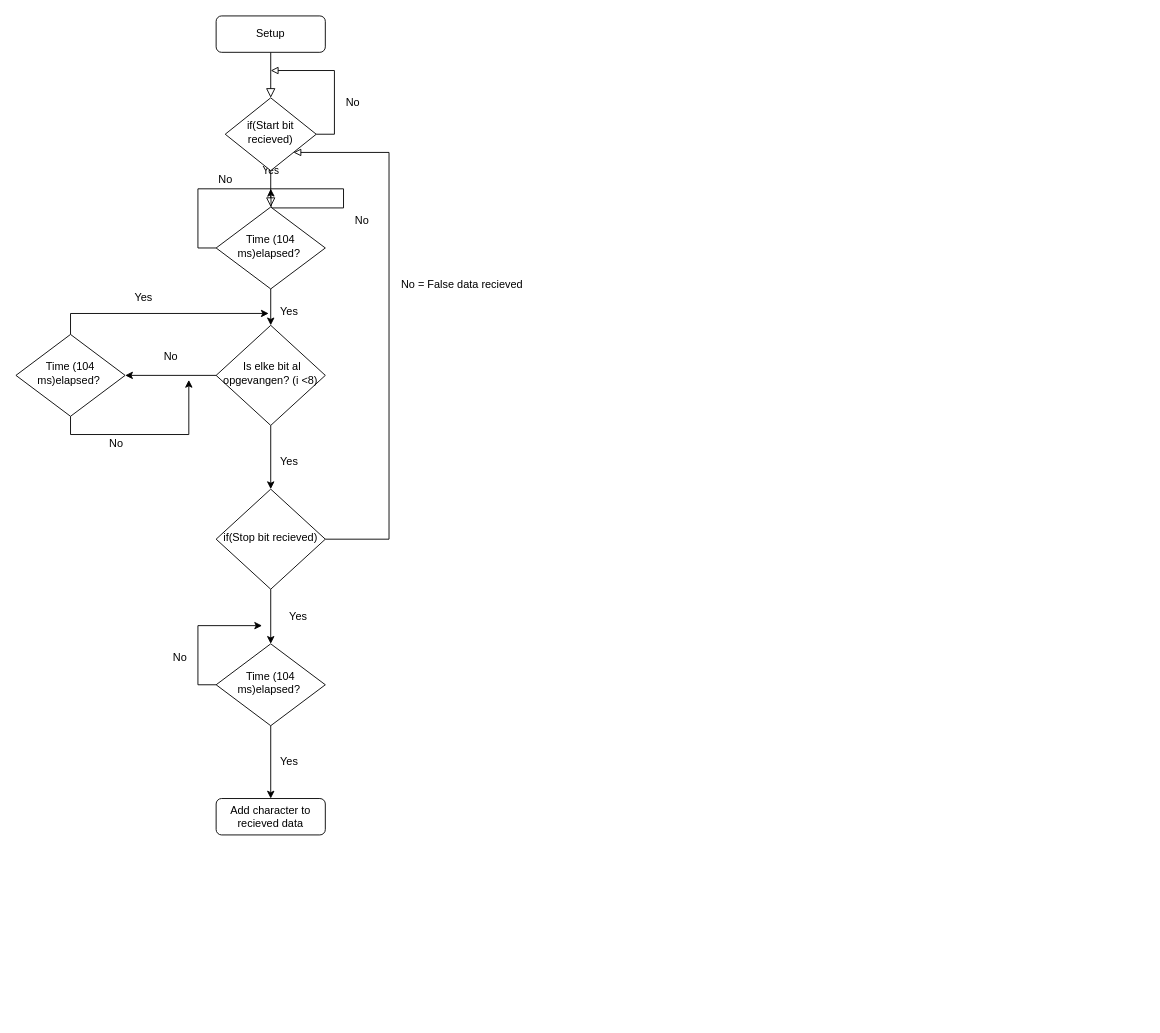
Before: Communicatie/Software Uart challenge/Flowchart soft uart reciev.drawio in TiemonS/Tiemon-Steeghs-Semester-3-Repository, a draw.io diagram. Source tidied: cells renumbered, new cells numbered last; positions are measured from the earlier drawing's top-left corner, leaving out a move shared by most shapes. Both pictures are drawn from the tidied source at 91%, with x=0, y=0 at pixel (15, 15).
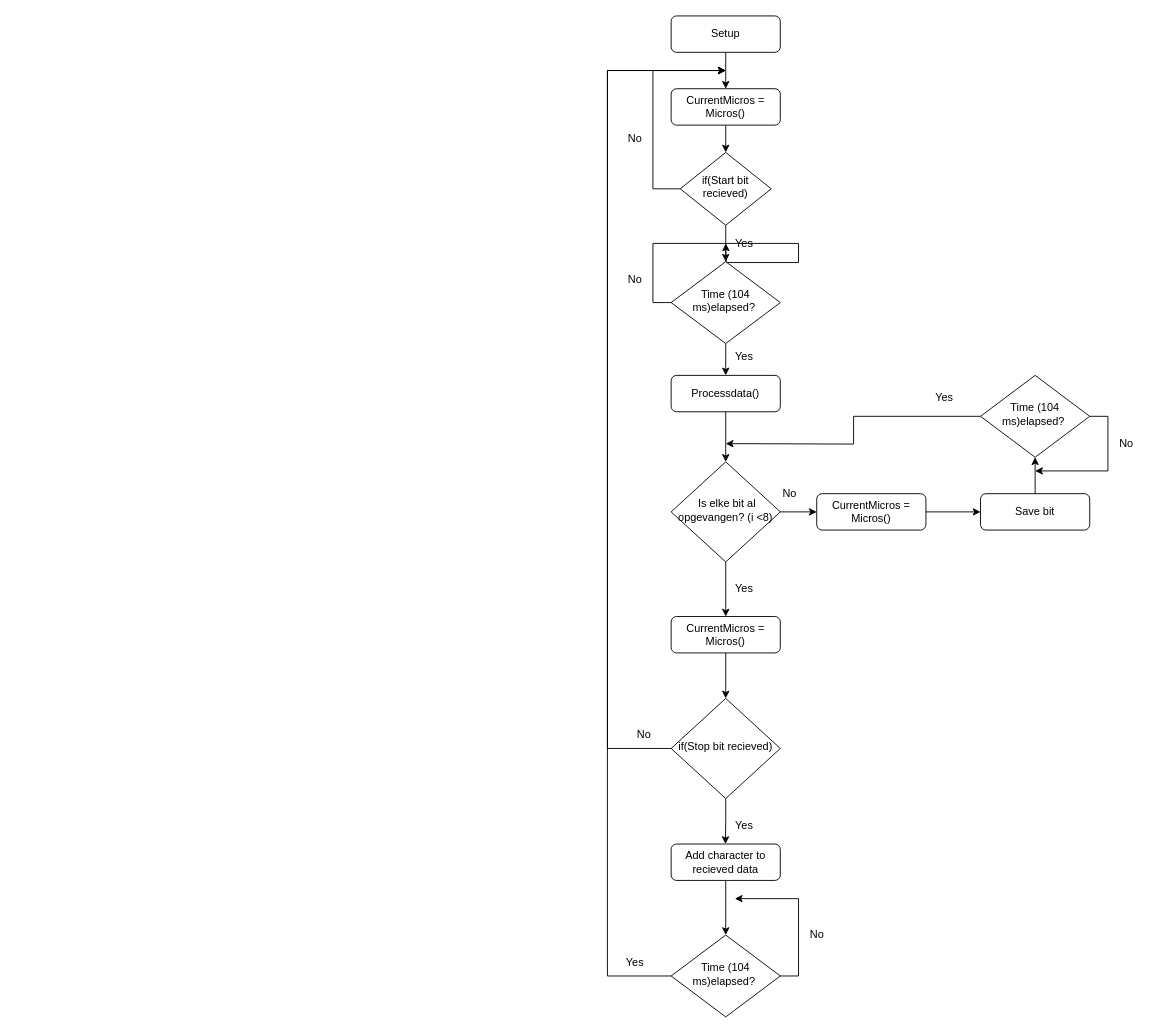
The same page after the edit.

Diff of the diagram source:
```diff
@@
-    <mxCell id="2" style="rounded=0;html=1;jettySize=auto;fontSize=11;endArrow=block;endFill=0;endSize=8;strokeWidth=1;shadow=0;labelBackgroundColor=none;edgeStyle=orthogonalEdgeStyle;" parent="1" edge="1" source="3" target="6">
-      <mxGeometry relative="1" as="geometry" />
-    </mxCell>
+    <mxCell id="35" style="edgeStyle=orthogonalEdgeStyle;rounded=0;jettySize=auto;html=1;exitX=0.5;exitY=1;exitDx=0;exitDy=0;entryX=0.5;entryY=0;entryDx=0;entryDy=0;" parent="1" edge="1" source="3" target="39">
+      <mxGeometry relative="1" as="geometry" />
+    </mxCell>
     <mxCell id="3" value="Setup" style="rounded=1;whiteSpace=wrap;html=1;fontSize=12;glass=0;strokeWidth=1;shadow=0;" parent="1" vertex="1">
-      <mxGeometry x="220" width="120" height="40" as="geometry" />
+      <mxGeometry x="720" width="120" height="40" as="geometry" />
     </mxCell>
-    <mxCell id="4" value="Yes" style="rounded=0;html=1;jettySize=auto;fontSize=11;endArrow=block;endFill=0;endSize=8;strokeWidth=1;shadow=0;labelBackgroundColor=none;edgeStyle=orthogonalEdgeStyle;" parent="1" edge="1" source="6">
-      <mxGeometry y="20" relative="1" as="geometry">
-        <mxPoint x="280" y="210" as="targetPoint" />
-      </mxGeometry>
-    </mxCell>
-    <mxCell id="5" style="edgeStyle=orthogonalEdgeStyle;rounded=0;jettySize=auto;html=1;exitX=1;exitY=0.5;exitDx=0;exitDy=0;endArrow=block;endFill=0;" parent="1" edge="1" source="6">
-      <mxGeometry relative="1" as="geometry">
-        <mxPoint x="280" y="60" as="targetPoint" />
-        <Array as="points">
-          <mxPoint x="350" y="130" />
-          <mxPoint x="350" y="60" />
-        </Array>
-      </mxGeometry>
-    </mxCell>
+    <mxCell id="36" style="edgeStyle=orthogonalEdgeStyle;rounded=0;jettySize=auto;html=1;exitX=0.5;exitY=1;exitDx=0;exitDy=0;entryX=0.5;entryY=0;entryDx=0;entryDy=0;" parent="1" edge="1" source="6" target="42">
+      <mxGeometry relative="1" as="geometry" />
+    </mxCell>
+    <mxCell id="37" style="edgeStyle=orthogonalEdgeStyle;rounded=0;jettySize=auto;html=1;exitX=0;exitY=0.5;exitDx=0;exitDy=0;" parent="1" edge="1" source="6">
+      <mxGeometry relative="1" as="geometry">
+        <mxPoint x="780" y="60" as="targetPoint" />
+        <Array as="points">
+          <mxPoint x="700" y="190" />
+          <mxPoint x="700" y="60" />
+        </Array>
+      </mxGeometry>
+    </mxCell>
     <mxCell id="6" value="if(Start bit recieved)" style="rhombus;whiteSpace=wrap;html=1;shadow=0;fontFamily=Helvetica;fontSize=12;align=center;strokeWidth=1;spacing=6;spacingTop=-4;" parent="1" vertex="1">
-      <mxGeometry x="230" y="90" width="100" height="80" as="geometry" />
+      <mxGeometry x="730" y="150" width="100" height="80" as="geometry" />
     </mxCell>
-    <mxCell id="7" value="No" style="text;html=1;align=center;verticalAlign=middle;strokeColor=none;fillColor=none;" parent="1" vertex="1">
-      <mxGeometry x="350" y="80" width="40" height="30" as="geometry" />
-    </mxCell>
-    <mxCell id="8" style="edgeStyle=orthogonalEdgeStyle;rounded=0;jettySize=auto;html=1;exitX=0.5;exitY=1;exitDx=0;exitDy=0;entryX=0.5;entryY=0;entryDx=0;entryDy=0;" parent="1" edge="1" source="10" target="13">
-      <mxGeometry relative="1" as="geometry" />
-    </mxCell>
-    <mxCell id="9" style="edgeStyle=orthogonalEdgeStyle;rounded=0;jettySize=auto;html=1;exitX=0;exitY=0.5;exitDx=0;exitDy=0;entryX=1;entryY=0.5;entryDx=0;entryDy=0;" parent="1" edge="1" source="10" target="24">
-      <mxGeometry relative="1" as="geometry" />
-    </mxCell>
+    <mxCell id="38" style="edgeStyle=orthogonalEdgeStyle;rounded=0;jettySize=auto;html=1;exitX=0.5;exitY=1;exitDx=0;exitDy=0;entryX=0.5;entryY=0;entryDx=0;entryDy=0;" parent="1" edge="1" source="39" target="6">
+      <mxGeometry relative="1" as="geometry" />
+    </mxCell>
+    <mxCell id="39" value="CurrentMicros = Micros()" style="rounded=1;whiteSpace=wrap;html=1;fontSize=12;glass=0;strokeWidth=1;shadow=0;" parent="1" vertex="1">
+      <mxGeometry x="720" y="80" width="120" height="40" as="geometry" />
+    </mxCell>
+    <mxCell id="40" style="edgeStyle=orthogonalEdgeStyle;rounded=0;jettySize=auto;html=1;exitX=0;exitY=0.5;exitDx=0;exitDy=0;" parent="1" edge="1" source="42">
+      <mxGeometry relative="1" as="geometry">
+        <mxPoint x="780" y="250" as="targetPoint" />
+      </mxGeometry>
+    </mxCell>
+    <mxCell id="41" style="edgeStyle=orthogonalEdgeStyle;rounded=0;jettySize=auto;html=1;exitX=0.5;exitY=1;exitDx=0;exitDy=0;entryX=0.5;entryY=0;entryDx=0;entryDy=0;" parent="1" edge="1" source="42" target="44">
+      <mxGeometry relative="1" as="geometry" />
+    </mxCell>
+    <mxCell id="42" value="Time (104 ms)elapsed?&amp;nbsp;" style="rhombus;whiteSpace=wrap;html=1;shadow=0;fontFamily=Helvetica;fontSize=12;align=center;strokeWidth=1;spacing=6;spacingTop=-4;" parent="1" vertex="1">
+      <mxGeometry x="720" y="270" width="120" height="90" as="geometry" />
+    </mxCell>
+    <mxCell id="43" style="edgeStyle=orthogonalEdgeStyle;rounded=0;jettySize=auto;html=1;exitX=0.5;exitY=1;exitDx=0;exitDy=0;entryX=0.5;entryY=0;entryDx=0;entryDy=0;" parent="1" edge="1" source="44" target="10">
+      <mxGeometry relative="1" as="geometry" />
+    </mxCell>
+    <mxCell id="44" value="Processdata()" style="rounded=1;whiteSpace=wrap;html=1;fontSize=12;glass=0;strokeWidth=1;shadow=0;" parent="1" vertex="1">
+      <mxGeometry x="720" y="395" width="120" height="40" as="geometry" />
+    </mxCell>
+    <mxCell id="45" style="edgeStyle=orthogonalEdgeStyle;rounded=0;jettySize=auto;html=1;exitX=1;exitY=0.5;exitDx=0;exitDy=0;entryX=0;entryY=0.5;entryDx=0;entryDy=0;" parent="1" edge="1" source="10" target="53">
+      <mxGeometry relative="1" as="geometry" />
+    </mxCell>
+    <mxCell id="46" style="edgeStyle=orthogonalEdgeStyle;rounded=0;jettySize=auto;html=1;exitX=0.5;exitY=1;exitDx=0;exitDy=0;entryX=0.5;entryY=0;entryDx=0;entryDy=0;" parent="1" edge="1" source="10" target="55">
+      <mxGeometry relative="1" as="geometry" />
+    </mxCell>
     <mxCell id="10" value="&amp;nbsp;Is elke bit al opgevangen? (i &amp;lt;8)" style="rhombus;whiteSpace=wrap;html=1;shadow=0;fontFamily=Helvetica;fontSize=12;align=center;strokeWidth=1;spacing=6;spacingTop=-4;" parent="1" vertex="1">
-      <mxGeometry x="220" y="340" width="120" height="110" as="geometry" />
+      <mxGeometry x="720" y="490" width="120" height="110" as="geometry" />
     </mxCell>
-    <mxCell id="11" style="edgeStyle=orthogonalEdgeStyle;rounded=0;jettySize=auto;html=1;exitX=1;exitY=0.5;exitDx=0;exitDy=0;endArrow=block;endFill=0;entryX=1;entryY=1;entryDx=0;entryDy=0;" parent="1" edge="1" source="13" target="6">
-      <mxGeometry relative="1" as="geometry">
-        <Array as="points">
-          <mxPoint x="410" y="575" />
-          <mxPoint x="410" y="150" />
-        </Array>
-      </mxGeometry>
-    </mxCell>
-    <mxCell id="12" style="edgeStyle=orthogonalEdgeStyle;rounded=0;jettySize=auto;html=1;exitX=0.5;exitY=1;exitDx=0;exitDy=0;entryX=0.5;entryY=0;entryDx=0;entryDy=0;" parent="1" edge="1" source="13" target="31">
-      <mxGeometry relative="1" as="geometry" />
-    </mxCell>
+    <mxCell id="47" style="edgeStyle=orthogonalEdgeStyle;rounded=0;jettySize=auto;html=1;exitX=0.5;exitY=0;exitDx=0;exitDy=0;entryX=0.5;entryY=1;entryDx=0;entryDy=0;" parent="1" edge="1" source="48" target="51">
+      <mxGeometry relative="1" as="geometry" />
+    </mxCell>
+    <mxCell id="48" value="Save bit" style="rounded=1;whiteSpace=wrap;html=1;fontSize=12;glass=0;strokeWidth=1;shadow=0;" parent="1" vertex="1">
+      <mxGeometry x="1060" y="525" width="120" height="40" as="geometry" />
+    </mxCell>
+    <mxCell id="49" style="edgeStyle=orthogonalEdgeStyle;rounded=0;jettySize=auto;html=1;exitX=0;exitY=0.5;exitDx=0;exitDy=0;" parent="1" edge="1" source="51">
+      <mxGeometry relative="1" as="geometry">
+        <mxPoint x="780" y="470" as="targetPoint" />
+      </mxGeometry>
+    </mxCell>
+    <mxCell id="50" style="edgeStyle=orthogonalEdgeStyle;rounded=0;jettySize=auto;html=1;exitX=1;exitY=0.5;exitDx=0;exitDy=0;" parent="1" edge="1" source="51">
+      <mxGeometry relative="1" as="geometry">
+        <mxPoint x="1120" y="500" as="targetPoint" />
+        <Array as="points">
+          <mxPoint x="1200" y="440" />
+          <mxPoint x="1200" y="500" />
+        </Array>
+      </mxGeometry>
+    </mxCell>
+    <mxCell id="51" value="Time (104 ms)elapsed?&amp;nbsp;" style="rhombus;whiteSpace=wrap;html=1;shadow=0;fontFamily=Helvetica;fontSize=12;align=center;strokeWidth=1;spacing=6;spacingTop=-4;" parent="1" vertex="1">
+      <mxGeometry x="1060" y="395" width="120" height="90" as="geometry" />
+    </mxCell>
+    <mxCell id="52" style="edgeStyle=orthogonalEdgeStyle;rounded=0;jettySize=auto;html=1;exitX=1;exitY=0.5;exitDx=0;exitDy=0;" parent="1" edge="1" source="53" target="48">
+      <mxGeometry relative="1" as="geometry" />
+    </mxCell>
+    <mxCell id="53" value="CurrentMicros = Micros()" style="rounded=1;whiteSpace=wrap;html=1;fontSize=12;glass=0;strokeWidth=1;shadow=0;" parent="1" vertex="1">
+      <mxGeometry x="880" y="525" width="120" height="40" as="geometry" />
+    </mxCell>
+    <mxCell id="54" style="edgeStyle=orthogonalEdgeStyle;rounded=0;jettySize=auto;html=1;exitX=0.5;exitY=1;exitDx=0;exitDy=0;entryX=0.5;entryY=0;entryDx=0;entryDy=0;" parent="1" edge="1" source="55" target="13">
+      <mxGeometry relative="1" as="geometry" />
+    </mxCell>
+    <mxCell id="55" value="CurrentMicros = Micros()" style="rounded=1;whiteSpace=wrap;html=1;fontSize=12;glass=0;strokeWidth=1;shadow=0;" parent="1" vertex="1">
+      <mxGeometry x="720" y="660" width="120" height="40" as="geometry" />
+    </mxCell>
+    <mxCell id="56" style="edgeStyle=orthogonalEdgeStyle;rounded=0;jettySize=auto;html=1;exitX=0;exitY=0.5;exitDx=0;exitDy=0;" parent="1" edge="1" source="13">
+      <mxGeometry relative="1" as="geometry">
+        <mxPoint x="780" y="60" as="targetPoint" />
+        <Array as="points">
+          <mxPoint x="650" y="805" />
+          <mxPoint x="650" y="60" />
+          <mxPoint x="780" y="60" />
+        </Array>
+      </mxGeometry>
+    </mxCell>
+    <mxCell id="57" style="edgeStyle=orthogonalEdgeStyle;rounded=0;jettySize=auto;html=1;exitX=0.5;exitY=1;exitDx=0;exitDy=0;" parent="1" edge="1" source="13">
+      <mxGeometry relative="1" as="geometry">
+        <mxPoint x="779.7" y="910" as="targetPoint" />
+      </mxGeometry>
+    </mxCell>
     <mxCell id="13" value="if(Stop bit recieved)" style="rhombus;whiteSpace=wrap;html=1;shadow=0;fontFamily=Helvetica;fontSize=12;align=center;strokeWidth=1;spacing=6;spacingTop=-4;" parent="1" vertex="1">
-      <mxGeometry x="220" y="520" width="120" height="110" as="geometry" />
+      <mxGeometry x="720" y="750" width="120" height="110" as="geometry" />
     </mxCell>
+    <mxCell id="58" value="No" style="text;html=1;align=center;verticalAlign=middle;strokeColor=none;fillColor=none;" parent="1" vertex="1">
+      <mxGeometry x="670" y="775" width="40" height="30" as="geometry" />
+    </mxCell>
+    <mxCell id="59" style="edgeStyle=orthogonalEdgeStyle;rounded=0;jettySize=auto;html=1;exitX=0.5;exitY=1;exitDx=0;exitDy=0;entryX=0.5;entryY=0;entryDx=0;entryDy=0;" parent="1" edge="1" source="14" target="62">
+      <mxGeometry relative="1" as="geometry" />
+    </mxCell>
     <mxCell id="14" value="Add character to recieved data" style="rounded=1;whiteSpace=wrap;html=1;fontSize=12;glass=0;strokeWidth=1;shadow=0;" parent="1" vertex="1">
-      <mxGeometry x="220" y="860" width="120" height="40" as="geometry" />
+      <mxGeometry x="720" y="910" width="120" height="40" as="geometry" />
     </mxCell>
-    <mxCell id="15" value="No" style="text;html=1;align=center;verticalAlign=middle;strokeColor=none;fillColor=none;" parent="1" vertex="1">
-      <mxGeometry x="360" y="210" width="40" height="30" as="geometry" />
-    </mxCell>
-    <mxCell id="16" value="No = False data recieved" style="text;html=1;align=center;verticalAlign=middle;strokeColor=none;fillColor=none;" parent="1" vertex="1">
-      <mxGeometry x="410" y="280" width="160" height="30" as="geometry" />
-    </mxCell>
-    <mxCell id="17" style="edgeStyle=orthogonalEdgeStyle;rounded=0;jettySize=auto;html=1;exitX=0;exitY=0.5;exitDx=0;exitDy=0;" parent="1" edge="1" source="19">
-      <mxGeometry relative="1" as="geometry">
-        <mxPoint x="280" y="190" as="targetPoint" />
-      </mxGeometry>
-    </mxCell>
-    <mxCell id="18" style="edgeStyle=orthogonalEdgeStyle;rounded=0;jettySize=auto;html=1;exitX=0.5;exitY=1;exitDx=0;exitDy=0;" parent="1" edge="1" source="19" target="10">
-      <mxGeometry relative="1" as="geometry" />
-    </mxCell>
-    <mxCell id="19" value="Time (104 ms)elapsed?&amp;nbsp;" style="rhombus;whiteSpace=wrap;html=1;shadow=0;fontFamily=Helvetica;fontSize=12;align=center;strokeWidth=1;spacing=6;spacingTop=-4;" parent="1" vertex="1">
-      <mxGeometry x="220" y="210" width="120" height="90" as="geometry" />
-    </mxCell>
-    <mxCell id="20" value="No" style="text;html=1;align=center;verticalAlign=middle;strokeColor=none;fillColor=none;" parent="1" vertex="1">
-      <mxGeometry x="210" y="165" width="40" height="30" as="geometry" />
-    </mxCell>
-    <mxCell id="21" value="Yes" style="text;html=1;align=center;verticalAlign=middle;points=[];strokeColor=none;fillColor=none;" parent="1" vertex="1">
-      <mxGeometry x="280" y="310" width="40" height="30" as="geometry" />
-    </mxCell>
-    <mxCell id="22" style="edgeStyle=orthogonalEdgeStyle;rounded=0;jettySize=auto;html=1;exitX=0.5;exitY=1;exitDx=0;exitDy=0;" parent="1" edge="1" source="24">
-      <mxGeometry relative="1" as="geometry">
-        <mxPoint x="190" y="400" as="targetPoint" />
-        <Array as="points">
-          <mxPoint x="60" y="460" />
-          <mxPoint x="190" y="460" />
-        </Array>
-      </mxGeometry>
-    </mxCell>
-    <mxCell id="23" style="edgeStyle=orthogonalEdgeStyle;rounded=0;jettySize=auto;html=1;exitX=0.5;exitY=0;exitDx=0;exitDy=0;entryX=-0.056;entryY=0.565;entryDx=0;entryDy=0;entryPerimeter=0;" parent="1" edge="1" source="24" target="21">
-      <mxGeometry relative="1" as="geometry">
-        <Array as="points">
-          <mxPoint x="60" y="327" />
-        </Array>
-      </mxGeometry>
-    </mxCell>
-    <mxCell id="24" value="Time (104 ms)elapsed?&amp;nbsp;" style="rhombus;whiteSpace=wrap;html=1;shadow=0;fontFamily=Helvetica;fontSize=12;align=center;strokeWidth=1;spacing=6;spacingTop=-4;" parent="1" vertex="1">
-      <mxGeometry y="350" width="120" height="90" as="geometry" />
-    </mxCell>
-    <mxCell id="25" value="Yes" style="text;html=1;align=center;verticalAlign=middle;strokeColor=none;fillColor=none;" parent="1" vertex="1">
-      <mxGeometry x="280" y="475" width="40" height="30" as="geometry" />
-    </mxCell>
-    <mxCell id="26" value="No" style="text;html=1;align=center;verticalAlign=middle;strokeColor=none;fillColor=none;" parent="1" vertex="1">
-      <mxGeometry x="150" y="360" width="40" height="30" as="geometry" />
-    </mxCell>
-    <mxCell id="27" value="No" style="text;html=1;align=center;verticalAlign=middle;strokeColor=none;fillColor=none;" parent="1" vertex="1">
-      <mxGeometry x="90" y="455" width="40" height="30" as="geometry" />
-    </mxCell>
-    <mxCell id="28" value="Yes" style="text;html=1;align=center;verticalAlign=middle;strokeColor=none;fillColor=none;" parent="1" vertex="1">
-      <mxGeometry x="120" y="295" width="40" height="30" as="geometry" />
-    </mxCell>
-    <mxCell id="29" style="edgeStyle=orthogonalEdgeStyle;rounded=0;jettySize=auto;html=1;exitX=0;exitY=0.5;exitDx=0;exitDy=0;" parent="1" edge="1" source="31">
-      <mxGeometry relative="1" as="geometry">
-        <mxPoint x="270" y="670" as="targetPoint" />
-      </mxGeometry>
-    </mxCell>
-    <mxCell id="30" style="edgeStyle=orthogonalEdgeStyle;rounded=0;jettySize=auto;html=1;exitX=0.5;exitY=1;exitDx=0;exitDy=0;entryX=0.5;entryY=0;entryDx=0;entryDy=0;" parent="1" edge="1" source="31" target="14">
-      <mxGeometry relative="1" as="geometry" />
-    </mxCell>
-    <mxCell id="31" value="Time (104 ms)elapsed?&amp;nbsp;" style="rhombus;whiteSpace=wrap;html=1;shadow=0;fontFamily=Helvetica;fontSize=12;align=center;strokeWidth=1;spacing=6;spacingTop=-4;" parent="1" vertex="1">
-      <mxGeometry x="220" y="690" width="120" height="90" as="geometry" />
-    </mxCell>
-    <mxCell id="32" value="Yes" style="text;html=1;align=center;verticalAlign=middle;strokeColor=none;fillColor=none;" parent="1" vertex="1">
-      <mxGeometry x="290" y="645" width="40" height="30" as="geometry" />
-    </mxCell>
-    <mxCell id="33" value="Yes" style="text;html=1;align=center;verticalAlign=middle;strokeColor=none;fillColor=none;" parent="1" vertex="1">
-      <mxGeometry x="280" y="805" width="40" height="30" as="geometry" />
-    </mxCell>
-    <mxCell id="34" value="No" style="text;html=1;align=center;verticalAlign=middle;strokeColor=none;fillColor=none;" parent="1" vertex="1">
-      <mxGeometry x="160" y="690" width="40" height="30" as="geometry" />
-    </mxCell>
+    <mxCell id="60" style="edgeStyle=orthogonalEdgeStyle;rounded=0;jettySize=auto;html=1;exitX=0;exitY=0.5;exitDx=0;exitDy=0;" parent="1" edge="1" source="62">
+      <mxGeometry relative="1" as="geometry">
+        <mxPoint x="780" y="60" as="targetPoint" />
+        <Array as="points">
+          <mxPoint x="650" y="1055" />
+          <mxPoint x="650" y="60" />
+          <mxPoint x="780" y="60" />
+        </Array>
+      </mxGeometry>
+    </mxCell>
+    <mxCell id="61" style="edgeStyle=orthogonalEdgeStyle;rounded=0;jettySize=auto;html=1;exitX=1;exitY=0.5;exitDx=0;exitDy=0;" parent="1" edge="1" source="62">
+      <mxGeometry relative="1" as="geometry">
+        <mxPoint x="790" y="970" as="targetPoint" />
+        <Array as="points">
+          <mxPoint x="860" y="1055" />
+          <mxPoint x="860" y="970" />
+        </Array>
+      </mxGeometry>
+    </mxCell>
+    <mxCell id="62" value="Time (104 ms)elapsed?&amp;nbsp;" style="rhombus;whiteSpace=wrap;html=1;shadow=0;fontFamily=Helvetica;fontSize=12;align=center;strokeWidth=1;spacing=6;spacingTop=-4;" parent="1" vertex="1">
+      <mxGeometry x="720" y="1010" width="120" height="90" as="geometry" />
+    </mxCell>
+    <mxCell id="63" value="No" style="text;html=1;align=center;verticalAlign=middle;strokeColor=none;fillColor=none;" parent="1" vertex="1">
+      <mxGeometry x="860" y="995" width="40" height="30" as="geometry" />
+    </mxCell>
+    <mxCell id="64" value="Yes" style="text;html=1;align=center;verticalAlign=middle;strokeColor=none;fillColor=none;" parent="1" vertex="1">
+      <mxGeometry x="660" y="1025" width="40" height="30" as="geometry" />
+    </mxCell>
+    <mxCell id="65" value="No" style="text;html=1;align=center;verticalAlign=middle;strokeColor=none;fillColor=none;" parent="1" vertex="1">
+      <mxGeometry x="830" y="510" width="40" height="30" as="geometry" />
+    </mxCell>
+    <mxCell id="66" value="Yes" style="text;html=1;align=center;verticalAlign=middle;strokeColor=none;fillColor=none;" parent="1" vertex="1">
+      <mxGeometry x="780" y="615" width="40" height="30" as="geometry" />
+    </mxCell>
+    <mxCell id="67" value="Yes" style="text;html=1;align=center;verticalAlign=middle;strokeColor=none;fillColor=none;" parent="1" vertex="1">
+      <mxGeometry x="780" y="875" width="40" height="30" as="geometry" />
+    </mxCell>
+    <mxCell id="68" value="No" style="text;html=1;align=center;verticalAlign=middle;strokeColor=none;fillColor=none;" parent="1" vertex="1">
+      <mxGeometry x="1200" y="455" width="40" height="30" as="geometry" />
+    </mxCell>
+    <mxCell id="69" value="Yes" style="text;html=1;align=center;verticalAlign=middle;strokeColor=none;fillColor=none;" parent="1" vertex="1">
+      <mxGeometry x="1000" y="405" width="40" height="30" as="geometry" />
+    </mxCell>
+    <mxCell id="70" value="Yes" style="text;html=1;align=center;verticalAlign=middle;strokeColor=none;fillColor=none;" parent="1" vertex="1">
+      <mxGeometry x="780" y="360" width="40" height="30" as="geometry" />
+    </mxCell>
+    <mxCell id="71" value="No" style="text;html=1;align=center;verticalAlign=middle;strokeColor=none;fillColor=none;" parent="1" vertex="1">
+      <mxGeometry x="660" y="275" width="40" height="30" as="geometry" />
+    </mxCell>
+    <mxCell id="72" value="Yes" style="text;html=1;align=center;verticalAlign=middle;strokeColor=none;fillColor=none;" parent="1" vertex="1">
+      <mxGeometry x="780" y="235" width="40" height="30" as="geometry" />
+    </mxCell>
+    <mxCell id="73" value="No" style="text;html=1;align=center;verticalAlign=middle;strokeColor=none;fillColor=none;" parent="1" vertex="1">
+      <mxGeometry x="660" y="120" width="40" height="30" as="geometry" />
+    </mxCell>
```
